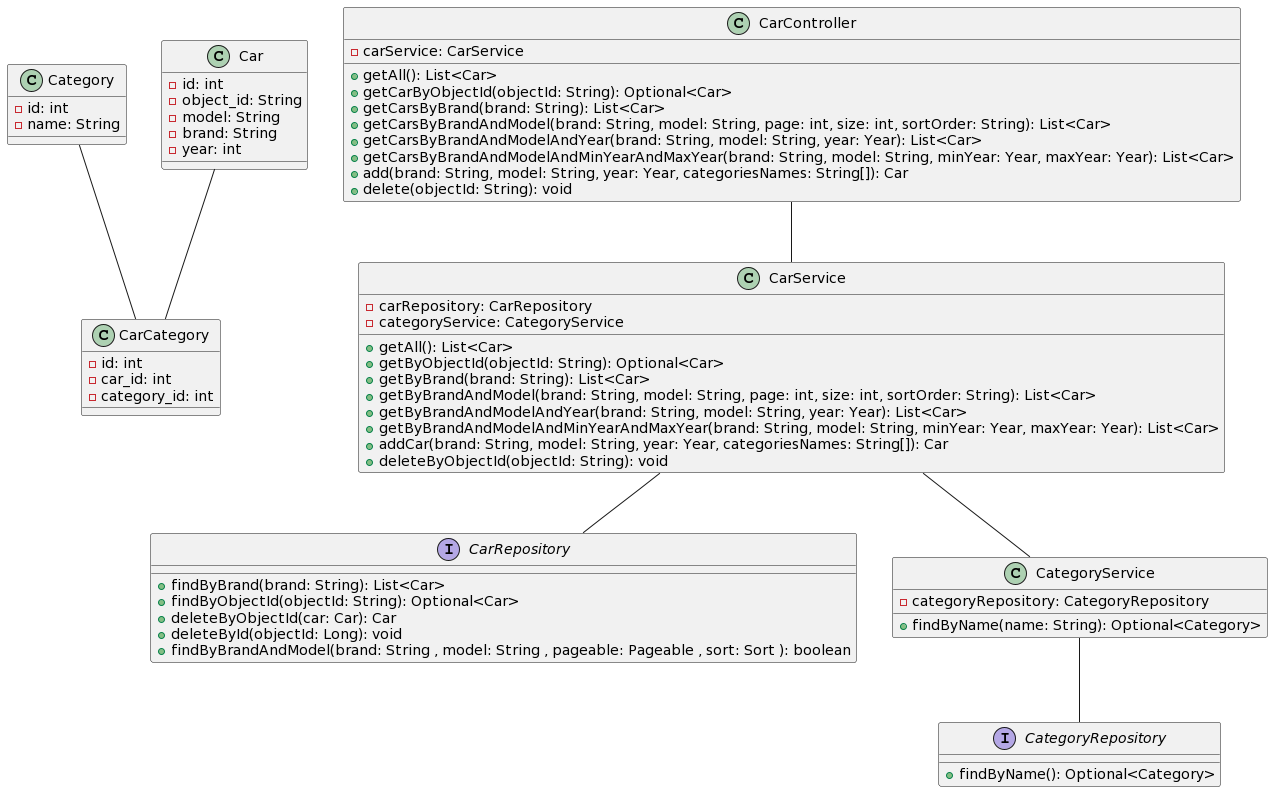
d-svol/car-rest-api keeps this PlantUML diagram as diagram.png. Above is the earlier version.
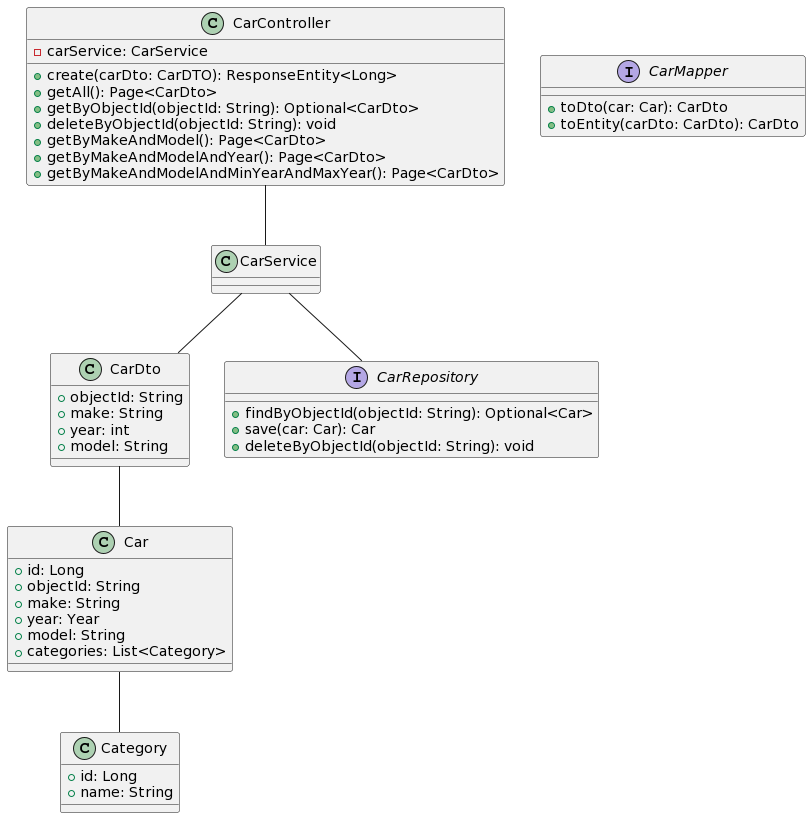
Above is the later version.

What changed in the source:
```diff
@@ -1,74 +1,53 @@
 @startuml
 class Category {
-  - id: int
-  - name: String
-
+  + id: Long
+  + name: String
 }
 
 class Car {
-  - id: int
-  - object_id: String
-  - model: String
-  - brand: String
-  - year: int
+  + id: Long
+  + objectId: String
+  + make: String
+  + year: Year
+  + model: String
+  + categories: List<Category>
 }
 
-class CarCategory {
-  - id: int
-  - car_id: int
-  - category_id: int
+class CarDto {
+  + objectId: String
+  + make: String
+  + year: int
+  + model: String
 }
 
-interface CategoryRepository {
-  + findByName(): Optional<Category>
+interface CarMapper {
+  + toDto(car: Car): CarDto
+  + toEntity(carDto: CarDto): CarDto
 }
 
 interface CarRepository {
-  + findByBrand(brand: String): List<Car>
   + findByObjectId(objectId: String): Optional<Car>
-  + deleteByObjectId(car: Car): Car
-  + deleteById(objectId: Long): void
-  + findByBrandAndModel(brand: String , model: String , pageable: Pageable , sort: Sort ): boolean
+  + save(car: Car): Car
+  + deleteByObjectId(objectId: String): void
+}
+
+class CarService {
 }
 
 class CarController {
   - carService: CarService
-
-  + getAll(): List<Car>
-  + getCarByObjectId(objectId: String): Optional<Car>
-  + getCarsByBrand(brand: String): List<Car>
-  + getCarsByBrandAndModel(brand: String, model: String, page: int, size: int, sortOrder: String): List<Car>
-  + getCarsByBrandAndModelAndYear(brand: String, model: String, year: Year): List<Car>
-  + getCarsByBrandAndModelAndMinYearAndMaxYear(brand: String, model: String, minYear: Year, maxYear: Year): List<Car>
-  + add(brand: String, model: String, year: Year, categoriesNames: String[]): Car
-  + delete(objectId: String): void
-}
-
-class CategoryService {
-  - categoryRepository: CategoryRepository
-
-  + findByName(name: String): Optional<Category>
-}
-
-class CarService {
-  - carRepository: CarRepository
-  - categoryService: CategoryService
-
-  + getAll(): List<Car>
-  + getByObjectId(objectId: String): Optional<Car>
-  + getByBrand(brand: String): List<Car>
-  + getByBrandAndModel(brand: String, model: String, page: int, size: int, sortOrder: String): List<Car>
-  + getByBrandAndModelAndYear(brand: String, model: String, year: Year): List<Car>
-  + getByBrandAndModelAndMinYearAndMaxYear(brand: String, model: String, minYear: Year, maxYear: Year): List<Car>
-  + addCar(brand: String, model: String, year: Year, categoriesNames: String[]): Car
+   + create(carDto: CarDTO): ResponseEntity<Long>
+    + getAll(): Page<CarDto>
+  + getByObjectId(objectId: String): Optional<CarDto>
   + deleteByObjectId(objectId: String): void
+  + getByMakeAndModel(): Page<CarDto>
+  + getByMakeAndModelAndYear(): Page<CarDto>
+  + getByMakeAndModelAndMinYearAndMaxYear(): Page<CarDto>
 }
 
 CarController -- CarService
 CarService -- CarRepository
-CarService -- CategoryService
-CategoryService -- CategoryRepository
-
-Category -- CarCategory
-Car -- CarCategory
+CarService -- CarDto
+CarDto -- Car
+Car -- Category
 @enduml
```
